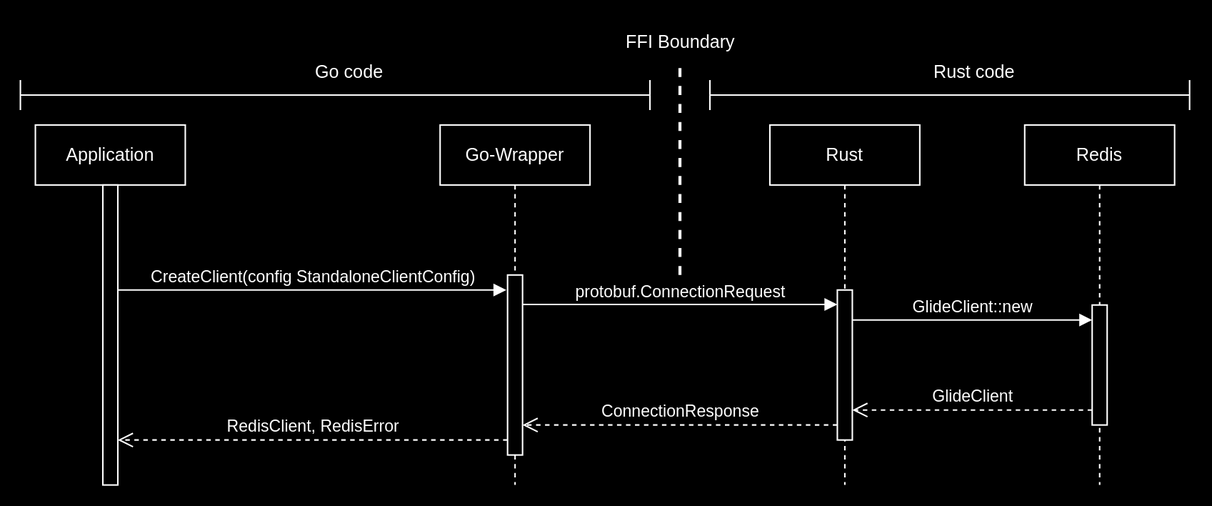
Before: docs/img/FFI-conn-sequence.svg, a diagram exported from draw.io (Bit-Quill/valkey-glide). Source tidied: cells renumbered, new cells last; positions are measured from the earlier drawing's top-left corner, leaving out a move shared by most shapes.
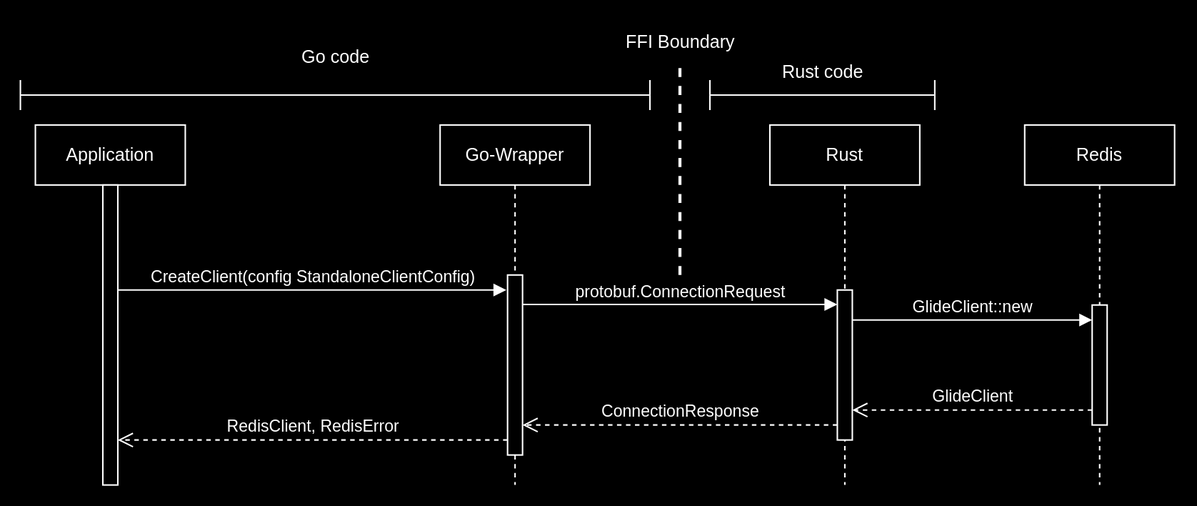
Later version of the same file.

Commit message:
Update connection sequence diagram

Diff of the diagram source:
```diff
@@ -68,23 +68,23 @@
     <mxCell id="17" value="FFI Boundary" style="text;html=1;align=center;verticalAlign=middle;points=[];strokeColor=none;fillColor=none;" parent="1" vertex="1">
       <mxGeometry x="390" width="100" height="30" as="geometry" />
     </mxCell>
-    <mxCell id="18" style="group;" parent="1" vertex="1">
-      <mxGeometry y="20" width="420" height="40" as="geometry" />
-    </mxCell>
+    <mxCell id="24" style="group;" parent="1" vertex="1">
+      <mxGeometry y="10" width="420" height="50" as="geometry" />
+    </mxCell>
-    <mxCell id="19" style="shape=crossbar;whiteSpace=wrap;html=1;rounded=1;" parent="18" vertex="1">
-      <mxGeometry y="20" width="420" height="20" as="geometry" />
+    <mxCell id="19" style="shape=crossbar;whiteSpace=wrap;html=1;rounded=1;" parent="24" vertex="1">
+      <mxGeometry y="30" width="420" height="20" as="geometry" />
     </mxCell>
-    <mxCell id="20" value="Go code" style="text;html=1;align=center;verticalAlign=middle;strokeColor=none;fillColor=none;" parent="18" vertex="1">
-      <mxGeometry x="184.2" width="70" height="30" as="geometry" />
+    <mxCell id="20" value="Go code" style="text;html=1;align=center;verticalAlign=middle;strokeColor=none;fillColor=none;" parent="24" vertex="1">
+      <mxGeometry x="175" width="70" height="30" as="geometry" />
     </mxCell>
-    <mxCell id="21" style="group;" parent="1" vertex="1">
-      <mxGeometry x="460" y="20" width="320" height="40" as="geometry" />
-    </mxCell>
+    <mxCell id="25" style="group;" parent="1" vertex="1">
+      <mxGeometry x="460" y="20" width="150" height="40" as="geometry" />
+    </mxCell>
-    <mxCell id="22" style="shape=crossbar;whiteSpace=wrap;html=1;rounded=1;" parent="21" vertex="1">
-      <mxGeometry y="20" width="320" height="20" as="geometry" />
+    <mxCell id="22" style="shape=crossbar;whiteSpace=wrap;html=1;rounded=1;" parent="25" vertex="1">
+      <mxGeometry y="20" width="150" height="20" as="geometry" />
     </mxCell>
-    <mxCell id="23" value="Rust code" style="text;html=1;align=center;verticalAlign=middle;strokeColor=none;fillColor=none;" parent="21" vertex="1">
-      <mxGeometry x="135.9" width="80" height="30" as="geometry" />
+    <mxCell id="23" value="Rust code" style="text;html=1;align=center;verticalAlign=middle;strokeColor=none;fillColor=none;" parent="25" vertex="1">
+      <mxGeometry x="35" width="80" height="30" as="geometry" />
     </mxCell>
   </root>
 </mxGraphModel>
```
